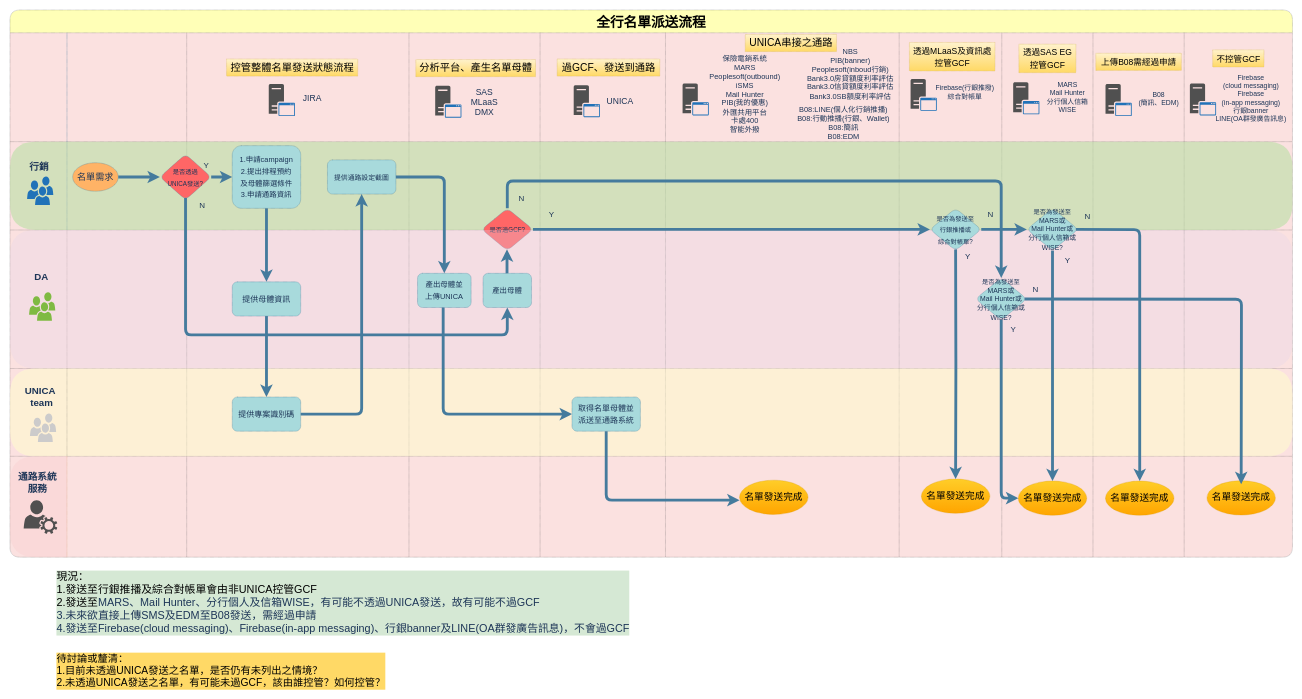
colin03564/drawio keeps this draw.io diagram as 全行名單流程.drawio. Above is the earlier version. Source tidied: cells renumbered, new cells numbered last; positions are measured from the earlier drawing's top-left corner, leaving out a move shared by most shapes. Both pictures are drawn from the tidied source at 57%, with x=0, y=0 at pixel (10, 10).
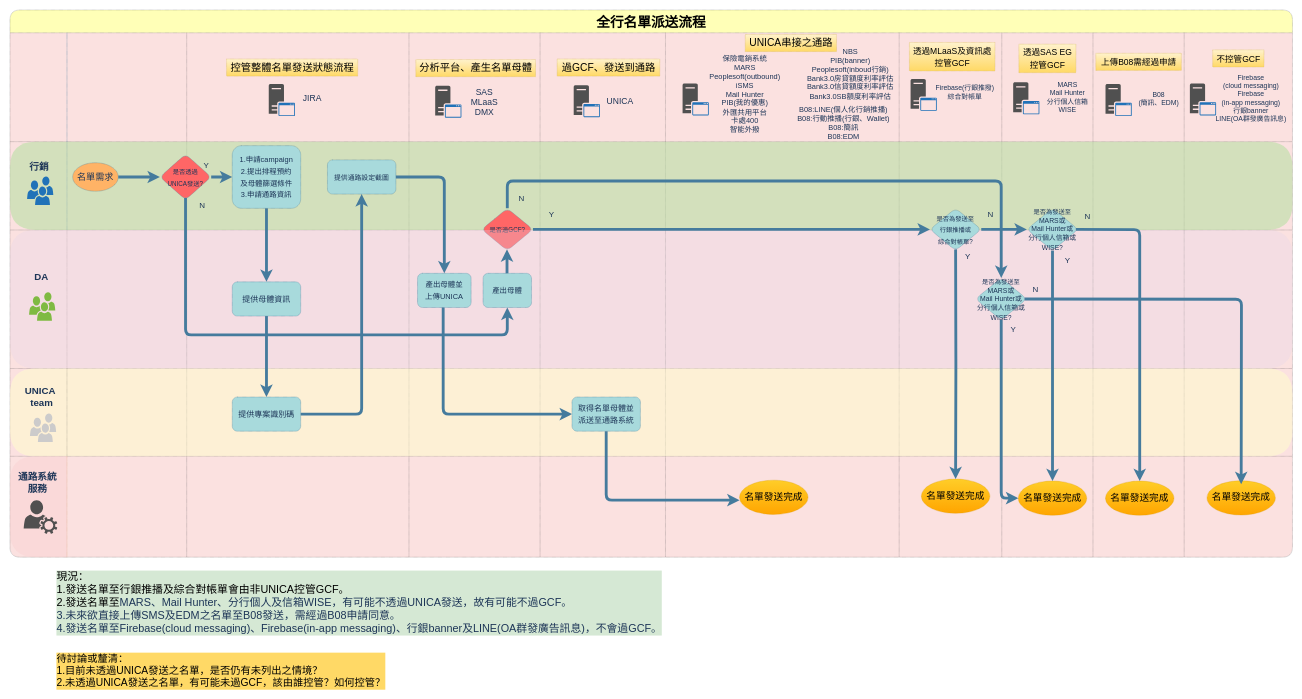
After the change.

Commit message (it also covers changes not shown here):
更新全行名單流程.drawio

Diff of the diagram source:
```diff
@@
-    <mxCell id="134" value="&lt;font style=&quot;font-size: 19px;&quot;&gt;&lt;span style=&quot;&quot;&gt;現況：&lt;br style=&quot;&quot;&gt;1.發送至行銀推播及綜合對帳單會由非UNICA控管GCF&lt;br style=&quot;&quot;&gt;2.發送至&lt;span style=&quot;color: rgb(29, 53, 87); text-align: center;&quot;&gt;MARS、&lt;/span&gt;&lt;span style=&quot;color: rgb(29, 53, 87); text-align: center;&quot;&gt;Mail Hunter、&lt;/span&gt;&lt;span style=&quot;color: rgb(29, 53, 87); text-align: center;&quot;&gt;分行個人及信箱&lt;/span&gt;&lt;span style=&quot;color: rgb(29, 53, 87); text-align: center;&quot;&gt;WISE，有可能不透過UNICA發送，故有可能不過GCF&lt;br style=&quot;&quot;&gt;&lt;/span&gt;&lt;/span&gt;&lt;span style=&quot;color: rgb(29, 53, 87); text-align: center;&quot;&gt;3.未來欲直接上傳SMS及EDM至B08發送，需經過申請&lt;br&gt;4.發送至&lt;/span&gt;&lt;span style=&quot;color: rgb(29, 53, 87); text-align: center;&quot;&gt;Firebase&lt;/span&gt;&lt;span style=&quot;color: rgb(29, 53, 87); text-align: center;&quot;&gt;(cloud messaging)、&lt;/span&gt;&lt;span style=&quot;color: rgb(29, 53, 87); text-align: center;&quot;&gt;Firebase&lt;/span&gt;&lt;span style=&quot;color: rgb(29, 53, 87); text-align: center;&quot;&gt;(in-app messaging)、&lt;/span&gt;&lt;span style=&quot;color: rgb(29, 53, 87); text-align: center;&quot;&gt;行銀banner及&lt;/span&gt;&lt;span style=&quot;color: rgb(29, 53, 87); text-align: center;&quot;&gt;LINE(OA群發廣告訊息)，不會過GCF&lt;/span&gt;&lt;span style=&quot;color: rgb(29, 53, 87); font-size: 12px; text-align: center;&quot;&gt;&lt;br&gt;&lt;/span&gt;&lt;/font&gt;" style="text;html=1;align=left;verticalAlign=middle;fillColor=none;strokeColor=none;rounded=0;fontSize=18;opacity=50;labelBackgroundColor=#D5E8D4;" parent="1" vertex="1">
-      <mxGeometry x="79.5" y="980" width="1020" height="120" as="geometry" />
+    <mxCell id="134" value="&lt;font style=&quot;font-size: 19px;&quot;&gt;&lt;span style=&quot;&quot;&gt;現況：&lt;br style=&quot;&quot;&gt;1.發送名單至行銀推播及綜合對帳單會由非UNICA控管GCF。&lt;br style=&quot;&quot;&gt;2.發送名單至&lt;span style=&quot;color: rgb(29, 53, 87); text-align: center;&quot;&gt;MARS、&lt;/span&gt;&lt;span style=&quot;color: rgb(29, 53, 87); text-align: center;&quot;&gt;Mail Hunter、&lt;/span&gt;&lt;span style=&quot;color: rgb(29, 53, 87); text-align: center;&quot;&gt;分行個人及信箱&lt;/span&gt;&lt;span style=&quot;color: rgb(29, 53, 87); text-align: center;&quot;&gt;WISE，有可能不透過UNICA發送，故有可能不過GCF。&lt;br style=&quot;&quot;&gt;&lt;/span&gt;&lt;/span&gt;&lt;span style=&quot;color: rgb(29, 53, 87); text-align: center;&quot;&gt;3.未來欲直接上傳SMS及EDM之名單至B08發送，需經過B08申請同意。&lt;br&gt;4.發送名單至&lt;/span&gt;&lt;span style=&quot;color: rgb(29, 53, 87); text-align: center;&quot;&gt;Firebase&lt;/span&gt;&lt;span style=&quot;color: rgb(29, 53, 87); text-align: center;&quot;&gt;(cloud messaging)、&lt;/span&gt;&lt;span style=&quot;color: rgb(29, 53, 87); text-align: center;&quot;&gt;Firebase&lt;/span&gt;&lt;span style=&quot;color: rgb(29, 53, 87); text-align: center;&quot;&gt;(in-app messaging)、&lt;/span&gt;&lt;span style=&quot;color: rgb(29, 53, 87); text-align: center;&quot;&gt;行銀banner及&lt;/span&gt;&lt;span style=&quot;color: rgb(29, 53, 87); text-align: center;&quot;&gt;LINE(OA群發廣告訊息)，不會過GCF。&lt;/span&gt;&lt;span style=&quot;color: rgb(29, 53, 87); font-size: 12px; text-align: center;&quot;&gt;&lt;br&gt;&lt;/span&gt;&lt;/font&gt;" style="text;html=1;align=left;verticalAlign=middle;fillColor=none;strokeColor=none;rounded=0;fontSize=18;opacity=50;labelBackgroundColor=#D5E8D4;" parent="1" vertex="1">
+      <mxGeometry x="79.5" y="980" width="1080" height="120" as="geometry" />
     </mxCell>
```
